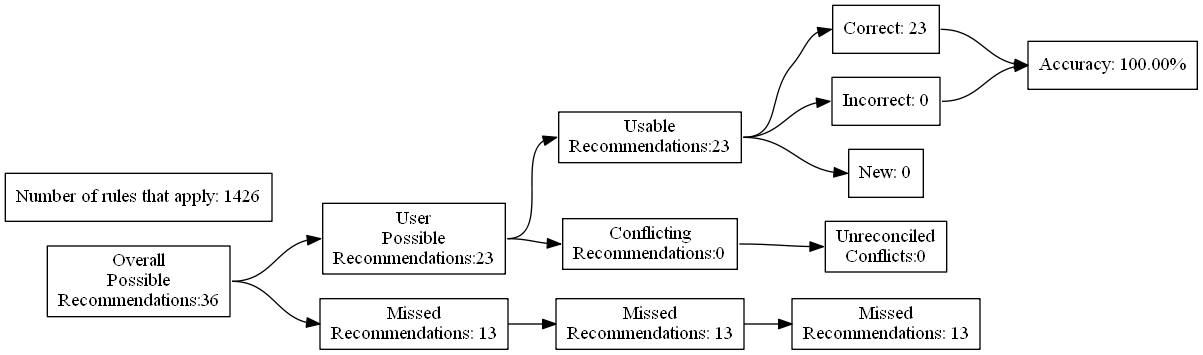
Before: test_renders/36.gv.png, a diagram exported from Graphviz (ZaxR/ibd_diet_analysis). Its source is kept beside it as test_renders/36.gv.
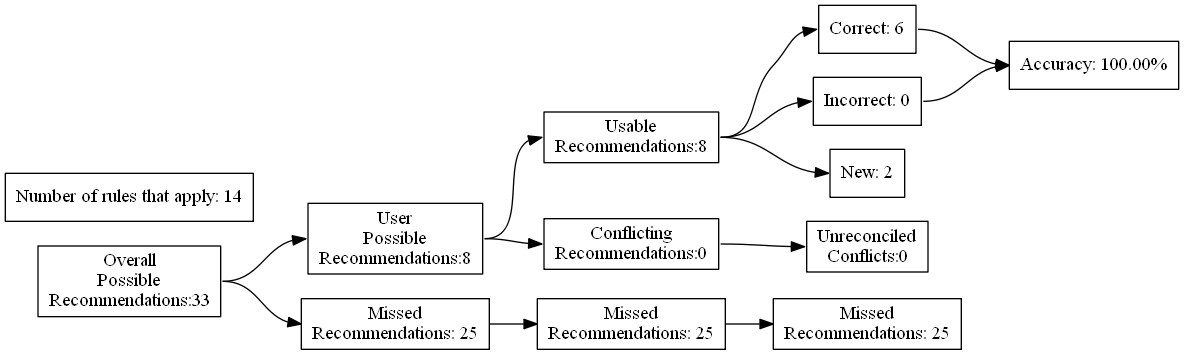
The same diagram one commit later.

The edit, as a diff of the source:
```diff
@@ -4,27 +4,27 @@
 	edge [headport=w tailport=e]
 		A [label="Overall
 Possible
-Recommendations:36"]
+Recommendations:33"]
 		B [label="User
 Possible
-Recommendations:23"]
+Recommendations:8"]
 		C [label="Missed
-Recommendations: 13"]
+Recommendations: 25"]
 		D [label="Usable
-Recommendations:23"]
+Recommendations:8"]
 		E [label="Conflicting
 Recommendations:0"]
 		J [label="Missed
-Recommendations: 13"]
+Recommendations: 25"]
 		M [label="Unreconciled
 Conflicts:0"]
-		F [label="Correct: 23"]
+		F [label="Correct: 6"]
 		G [label="Incorrect: 0"]
-		H [label="New: 0"]
+		H [label="New: 2"]
 		K [label="Missed
-Recommendations: 13"]
+Recommendations: 25"]
 		I [label="Accuracy: 100.00%"]
-		l [label="Number of rules that apply: 1426"]
+		l [label="Number of rules that apply: 14"]
 			A -> B
 			A -> C
 			B -> D
```
